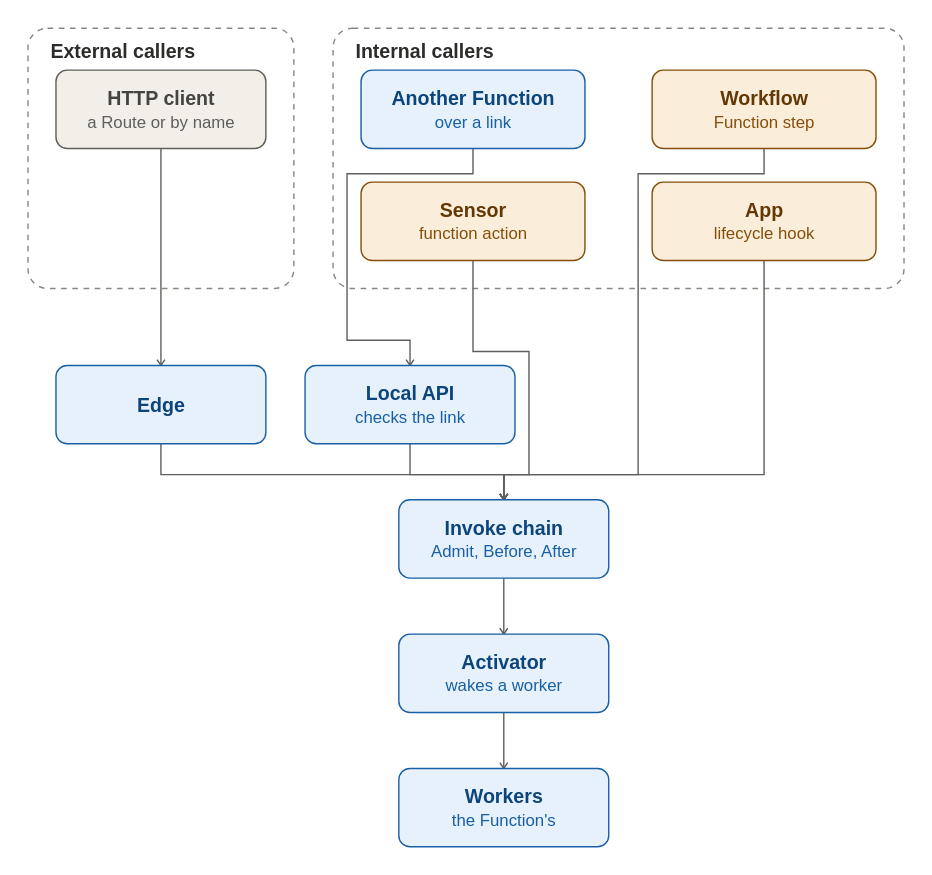
Earlier version of the draw.io export docs/guide/assets/function-callers.drawio.svg (pyvvo/funcd). Source tidied: cells renumbered, new cells last; positions are measured from the earlier drawing's top-left corner, leaving out a move shared by most shapes.
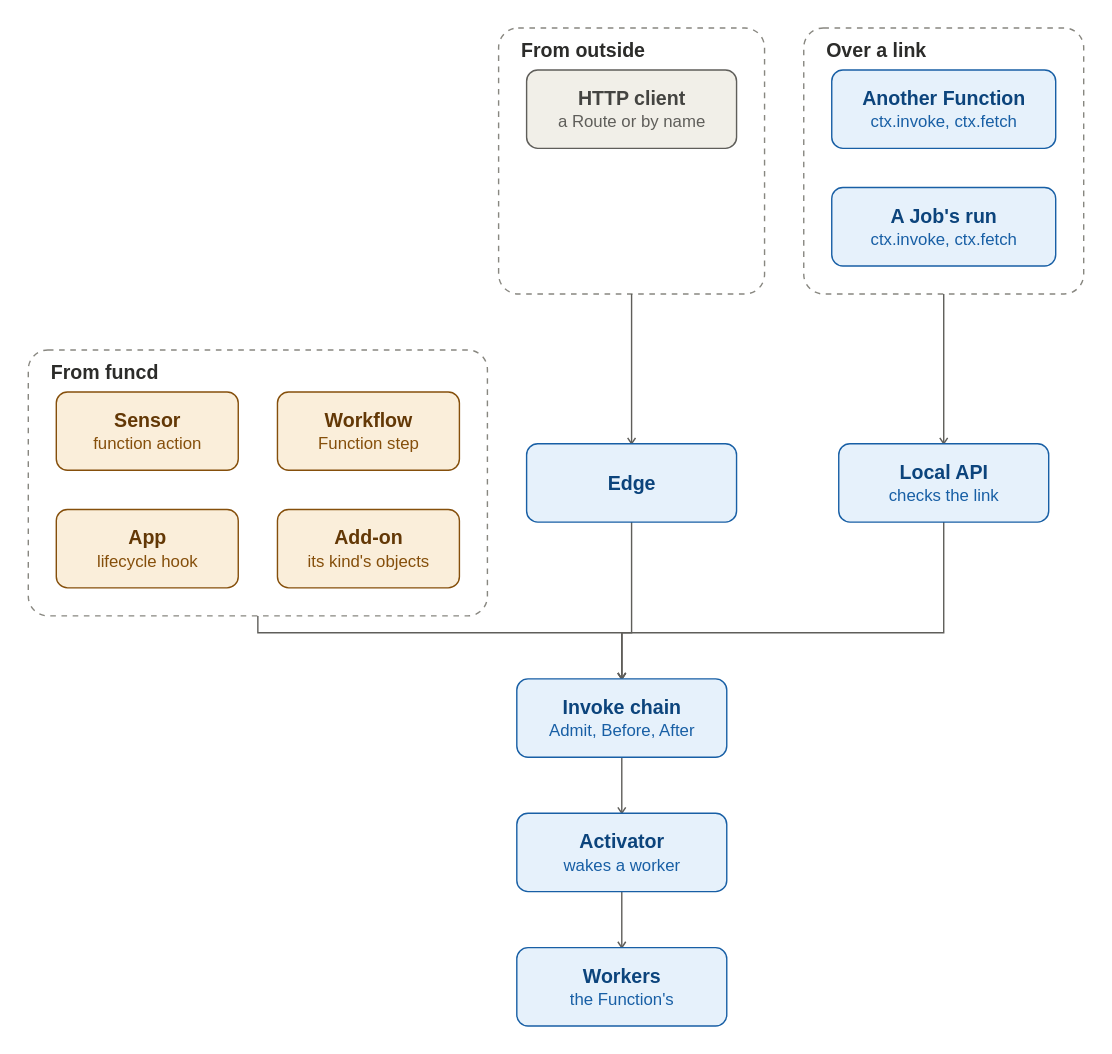
After the commit.

The edit, as a diff of the source:
```diff
@@ -2,104 +2,86 @@
   <root>
     <mxCell id="0" />
     <mxCell id="1" parent="0" />
-    <mxCell id="2" value="External callers" style="rounded=1;absoluteArcSize=1;arcSize=28;dashed=1;fillColor=none;strokeColor=#888780;fontStyle=1;fontSize=14;fontColor=#2C2C2A;align=left;verticalAlign=top;spacingLeft=10;spacingTop=2;html=1;" parent="1" vertex="1">
-      <mxGeometry width="190" height="186" as="geometry" />
+    <mxCell id="2" value="From outside" style="rounded=1;absoluteArcSize=1;arcSize=28;dashed=1;fillColor=none;strokeColor=#888780;fontStyle=1;fontSize=14;fontColor=#2C2C2A;align=left;verticalAlign=top;spacingLeft=10;spacingTop=2;html=1;" parent="1" vertex="1">
+      <mxGeometry x="336" width="190" height="190" as="geometry" />
     </mxCell>
     <mxCell id="3" value="&lt;b&gt;HTTP client&lt;/b&gt;&lt;br&gt;&lt;font style=&quot;font-size:12px&quot; color=&quot;#5F5E5A&quot;&gt;a Route or by name&lt;/font&gt;" style="rounded=1;absoluteArcSize=1;arcSize=16;whiteSpace=wrap;html=1;fillColor=#F1EFE8;strokeColor=#5F5E5A;fontColor=#444441;fontSize=14;" parent="2" vertex="1">
       <mxGeometry x="20" y="30" width="150" height="56" as="geometry" />
     </mxCell>
-    <mxCell id="4" value="Internal callers" style="rounded=1;absoluteArcSize=1;arcSize=28;dashed=1;fillColor=none;strokeColor=#888780;fontStyle=1;fontSize=14;fontColor=#2C2C2A;align=left;verticalAlign=top;spacingLeft=10;spacingTop=2;html=1;" parent="1" vertex="1">
-      <mxGeometry x="218" width="408" height="186" as="geometry" />
+    <mxCell id="4" value="Over a link" style="rounded=1;absoluteArcSize=1;arcSize=28;dashed=1;fillColor=none;strokeColor=#888780;fontStyle=1;fontSize=14;fontColor=#2C2C2A;align=left;verticalAlign=top;spacingLeft=10;spacingTop=2;html=1;" parent="1" vertex="1">
+      <mxGeometry x="554" width="200" height="190" as="geometry" />
     </mxCell>
-    <mxCell id="5" value="&lt;b&gt;Another Function&lt;/b&gt;&lt;br&gt;&lt;font style=&quot;font-size:12px&quot; color=&quot;#185FA5&quot;&gt;over a link&lt;/font&gt;" style="rounded=1;absoluteArcSize=1;arcSize=16;whiteSpace=wrap;html=1;fillColor=#E6F1FB;strokeColor=#185FA5;fontColor=#0C447C;fontSize=14;" parent="4" vertex="1">
+    <mxCell id="5" value="&lt;b&gt;Another Function&lt;/b&gt;&lt;br&gt;&lt;font style=&quot;font-size:12px&quot; color=&quot;#185FA5&quot;&gt;ctx.invoke, ctx.fetch&lt;/font&gt;" style="rounded=1;absoluteArcSize=1;arcSize=16;whiteSpace=wrap;html=1;fillColor=#E6F1FB;strokeColor=#185FA5;fontColor=#0C447C;fontSize=14;" parent="4" vertex="1">
       <mxGeometry x="20" y="30" width="160" height="56" as="geometry" />
     </mxCell>
-    <mxCell id="6" value="&lt;b&gt;Sensor&lt;/b&gt;&lt;br&gt;&lt;font style=&quot;font-size:12px&quot; color=&quot;#854F0B&quot;&gt;function action&lt;/font&gt;" style="rounded=1;absoluteArcSize=1;arcSize=16;whiteSpace=wrap;html=1;fillColor=#FAEEDA;strokeColor=#854F0B;fontColor=#633806;fontSize=14;" parent="4" vertex="1">
-      <mxGeometry x="20" y="110" width="160" height="56" as="geometry" />
+    <mxCell id="6" value="&lt;b&gt;A Job&amp;#x27;s run&lt;/b&gt;&lt;br&gt;&lt;font style=&quot;font-size:12px&quot; color=&quot;#185FA5&quot;&gt;ctx.invoke, ctx.fetch&lt;/font&gt;" style="rounded=1;absoluteArcSize=1;arcSize=16;whiteSpace=wrap;html=1;fillColor=#E6F1FB;strokeColor=#185FA5;fontColor=#0C447C;fontSize=14;" parent="4" vertex="1">
+      <mxGeometry x="20" y="114" width="160" height="56" as="geometry" />
     </mxCell>
-    <mxCell id="7" value="&lt;b&gt;Workflow&lt;/b&gt;&lt;br&gt;&lt;font style=&quot;font-size:12px&quot; color=&quot;#854F0B&quot;&gt;Function step&lt;/font&gt;" style="rounded=1;absoluteArcSize=1;arcSize=16;whiteSpace=wrap;html=1;fillColor=#FAEEDA;strokeColor=#854F0B;fontColor=#633806;fontSize=14;" parent="4" vertex="1">
-      <mxGeometry x="228" y="30" width="160" height="56" as="geometry" />
+    <mxCell id="7" value="From funcd" style="rounded=1;absoluteArcSize=1;arcSize=28;dashed=1;fillColor=none;strokeColor=#888780;fontStyle=1;fontSize=14;fontColor=#2C2C2A;align=left;verticalAlign=top;spacingLeft=10;spacingTop=2;html=1;" parent="1" vertex="1">
+      <mxGeometry y="230" width="328" height="190" as="geometry" />
     </mxCell>
-    <mxCell id="8" value="&lt;b&gt;App&lt;/b&gt;&lt;br&gt;&lt;font style=&quot;font-size:12px&quot; color=&quot;#854F0B&quot;&gt;lifecycle hook&lt;/font&gt;" style="rounded=1;absoluteArcSize=1;arcSize=16;whiteSpace=wrap;html=1;fillColor=#FAEEDA;strokeColor=#854F0B;fontColor=#633806;fontSize=14;" parent="4" vertex="1">
-      <mxGeometry x="228" y="110" width="160" height="56" as="geometry" />
+    <mxCell id="8" value="&lt;b&gt;Sensor&lt;/b&gt;&lt;br&gt;&lt;font style=&quot;font-size:12px&quot; color=&quot;#854F0B&quot;&gt;function action&lt;/font&gt;" style="rounded=1;absoluteArcSize=1;arcSize=16;whiteSpace=wrap;html=1;fillColor=#FAEEDA;strokeColor=#854F0B;fontColor=#633806;fontSize=14;" parent="7" vertex="1">
+      <mxGeometry x="20" y="30" width="130" height="56" as="geometry" />
     </mxCell>
-    <mxCell id="9" value="&lt;b&gt;Edge&lt;/b&gt;" style="rounded=1;absoluteArcSize=1;arcSize=16;whiteSpace=wrap;html=1;fillColor=#E6F1FB;strokeColor=#185FA5;fontColor=#0C447C;fontSize=14;" parent="1" vertex="1">
-      <mxGeometry x="20" y="241" width="150" height="56" as="geometry" />
+    <mxCell id="9" value="&lt;b&gt;Workflow&lt;/b&gt;&lt;br&gt;&lt;font style=&quot;font-size:12px&quot; color=&quot;#854F0B&quot;&gt;Function step&lt;/font&gt;" style="rounded=1;absoluteArcSize=1;arcSize=16;whiteSpace=wrap;html=1;fillColor=#FAEEDA;strokeColor=#854F0B;fontColor=#633806;fontSize=14;" parent="7" vertex="1">
+      <mxGeometry x="178" y="30" width="130" height="56" as="geometry" />
     </mxCell>
-    <mxCell id="10" value="&lt;b&gt;Local API&lt;/b&gt;&lt;br&gt;&lt;font style=&quot;font-size:12px&quot; color=&quot;#185FA5&quot;&gt;checks the link&lt;/font&gt;" style="rounded=1;absoluteArcSize=1;arcSize=16;whiteSpace=wrap;html=1;fillColor=#E6F1FB;strokeColor=#185FA5;fontColor=#0C447C;fontSize=14;" parent="1" vertex="1">
-      <mxGeometry x="198" y="241" width="150" height="56" as="geometry" />
+    <mxCell id="10" value="&lt;b&gt;App&lt;/b&gt;&lt;br&gt;&lt;font style=&quot;font-size:12px&quot; color=&quot;#854F0B&quot;&gt;lifecycle hook&lt;/font&gt;" style="rounded=1;absoluteArcSize=1;arcSize=16;whiteSpace=wrap;html=1;fillColor=#FAEEDA;strokeColor=#854F0B;fontColor=#633806;fontSize=14;" parent="7" vertex="1">
+      <mxGeometry x="20" y="114" width="130" height="56" as="geometry" />
     </mxCell>
-    <mxCell id="11" value="&lt;b&gt;Invoke chain&lt;/b&gt;&lt;br&gt;&lt;font style=&quot;font-size:12px&quot; color=&quot;#185FA5&quot;&gt;Admit, Before, After&lt;/font&gt;" style="rounded=1;absoluteArcSize=1;arcSize=16;whiteSpace=wrap;html=1;fillColor=#E6F1FB;strokeColor=#185FA5;fontColor=#0C447C;fontSize=14;" parent="1" vertex="1">
-      <mxGeometry x="265" y="337" width="150" height="56" as="geometry" />
+    <mxCell id="11" value="&lt;b&gt;Add-on&lt;/b&gt;&lt;br&gt;&lt;font style=&quot;font-size:12px&quot; color=&quot;#854F0B&quot;&gt;its kind&amp;#x27;s objects&lt;/font&gt;" style="rounded=1;absoluteArcSize=1;arcSize=16;whiteSpace=wrap;html=1;fillColor=#FAEEDA;strokeColor=#854F0B;fontColor=#633806;fontSize=14;" parent="7" vertex="1">
+      <mxGeometry x="178" y="114" width="130" height="56" as="geometry" />
     </mxCell>
-    <mxCell id="12" value="&lt;b&gt;Activator&lt;/b&gt;&lt;br&gt;&lt;font style=&quot;font-size:12px&quot; color=&quot;#185FA5&quot;&gt;wakes a worker&lt;/font&gt;" style="rounded=1;absoluteArcSize=1;arcSize=16;whiteSpace=wrap;html=1;fillColor=#E6F1FB;strokeColor=#185FA5;fontColor=#0C447C;fontSize=14;" parent="1" vertex="1">
-      <mxGeometry x="265" y="433" width="150" height="56" as="geometry" />
+    <mxCell id="12" value="&lt;b&gt;Edge&lt;/b&gt;" style="rounded=1;absoluteArcSize=1;arcSize=16;whiteSpace=wrap;html=1;fillColor=#E6F1FB;strokeColor=#185FA5;fontColor=#0C447C;fontSize=14;" parent="1" vertex="1">
+      <mxGeometry x="356" y="297" width="150" height="56" as="geometry" />
     </mxCell>
-    <mxCell id="13" value="&lt;b&gt;Workers&lt;/b&gt;&lt;br&gt;&lt;font style=&quot;font-size:12px&quot; color=&quot;#185FA5&quot;&gt;the Function&amp;#x27;s&lt;/font&gt;" style="rounded=1;absoluteArcSize=1;arcSize=16;whiteSpace=wrap;html=1;fillColor=#E6F1FB;strokeColor=#185FA5;fontColor=#0C447C;fontSize=14;" parent="1" vertex="1">
-      <mxGeometry x="265" y="529" width="150" height="56" as="geometry" />
+    <mxCell id="13" value="&lt;b&gt;Local API&lt;/b&gt;&lt;br&gt;&lt;font style=&quot;font-size:12px&quot; color=&quot;#185FA5&quot;&gt;checks the link&lt;/font&gt;" style="rounded=1;absoluteArcSize=1;arcSize=16;whiteSpace=wrap;html=1;fillColor=#E6F1FB;strokeColor=#185FA5;fontColor=#0C447C;fontSize=14;" parent="1" vertex="1">
+      <mxGeometry x="579" y="297" width="150" height="56" as="geometry" />
     </mxCell>
+    <mxCell id="23" value="&lt;b&gt;Invoke chain&lt;/b&gt;&lt;br&gt;&lt;font style=&quot;font-size:12px&quot; color=&quot;#185FA5&quot;&gt;Admit, Before, After&lt;/font&gt;" style="rounded=1;absoluteArcSize=1;arcSize=16;whiteSpace=wrap;html=1;fillColor=#E6F1FB;strokeColor=#185FA5;fontColor=#0C447C;fontSize=14;" parent="1" vertex="1">
+      <mxGeometry x="349" y="465" width="150" height="56" as="geometry" />
+    </mxCell>
+    <mxCell id="24" value="&lt;b&gt;Activator&lt;/b&gt;&lt;br&gt;&lt;font style=&quot;font-size:12px&quot; color=&quot;#185FA5&quot;&gt;wakes a worker&lt;/font&gt;" style="rounded=1;absoluteArcSize=1;arcSize=16;whiteSpace=wrap;html=1;fillColor=#E6F1FB;strokeColor=#185FA5;fontColor=#0C447C;fontSize=14;" parent="1" vertex="1">
+      <mxGeometry x="349" y="561" width="150" height="56" as="geometry" />
+    </mxCell>
+    <mxCell id="25" value="&lt;b&gt;Workers&lt;/b&gt;&lt;br&gt;&lt;font style=&quot;font-size:12px&quot; color=&quot;#185FA5&quot;&gt;the Function&amp;#x27;s&lt;/font&gt;" style="rounded=1;absoluteArcSize=1;arcSize=16;whiteSpace=wrap;html=1;fillColor=#E6F1FB;strokeColor=#185FA5;fontColor=#0C447C;fontSize=14;" parent="1" vertex="1">
+      <mxGeometry x="349" y="657" width="150" height="56" as="geometry" />
+    </mxCell>
-    <mxCell id="14" style="edgeStyle=orthogonalEdgeStyle;rounded=0;html=1;jettySize=auto;strokeColor=#5F5E5A;fontColor=#5F5E5A;fontSize=12;labelBackgroundColor=#FFFFFF;endSize=7;endArrow=open;endFill=0;exitX=0.5;exitY=1;exitDx=0;exitDy=0;exitPerimeter=0;entryX=0.5;entryY=0;entryDx=0;entryDy=0;entryPerimeter=0;" parent="1" edge="1" source="3" target="9">
+    <mxCell id="14" style="edgeStyle=orthogonalEdgeStyle;rounded=0;html=1;jettySize=auto;strokeColor=#5F5E5A;fontColor=#5F5E5A;fontSize=12;labelBackgroundColor=#FFFFFF;endSize=7;endArrow=open;endFill=0;exitX=0.5;exitY=1;exitDx=0;exitDy=0;exitPerimeter=0;entryX=0.5;entryY=0;entryDx=0;entryDy=0;entryPerimeter=0;" parent="1" edge="1" source="2" target="12">
       <mxGeometry relative="1" as="geometry" />
     </mxCell>
-    <mxCell id="15" style="edgeStyle=orthogonalEdgeStyle;rounded=0;html=1;jettySize=auto;strokeColor=#5F5E5A;fontColor=#5F5E5A;fontSize=12;labelBackgroundColor=#FFFFFF;endSize=7;endArrow=open;endFill=0;exitX=0.5;exitY=1;exitDx=0;exitDy=0;exitPerimeter=0;entryX=0.5;entryY=0;entryDx=0;entryDy=0;entryPerimeter=0;" parent="1" edge="1" source="9" target="11">
-      <mxGeometry relative="1" as="geometry">
-        <Array as="points">
-          <mxPoint x="95" y="319" />
-          <mxPoint x="340" y="319" />
-        </Array>
-      </mxGeometry>
+    <mxCell id="15" style="edgeStyle=orthogonalEdgeStyle;rounded=0;html=1;jettySize=auto;strokeColor=#5F5E5A;fontColor=#5F5E5A;fontSize=12;labelBackgroundColor=#FFFFFF;endSize=7;endArrow=open;endFill=0;exitX=0.5;exitY=1;exitDx=0;exitDy=0;exitPerimeter=0;entryX=0.5;entryY=0;entryDx=0;entryDy=0;entryPerimeter=0;" parent="1" edge="1" source="4" target="13">
+      <mxGeometry relative="1" as="geometry" />
     </mxCell>
-    <mxCell id="16" style="edgeStyle=orthogonalEdgeStyle;rounded=0;html=1;jettySize=auto;strokeColor=#5F5E5A;fontColor=#5F5E5A;fontSize=12;labelBackgroundColor=#FFFFFF;endSize=7;endArrow=open;endFill=0;exitX=0.5;exitY=1;exitDx=0;exitDy=0;exitPerimeter=0;entryX=0.5;entryY=0;entryDx=0;entryDy=0;entryPerimeter=0;" parent="1" edge="1" source="5" target="10">
+    <mxCell id="16" style="edgeStyle=orthogonalEdgeStyle;rounded=0;html=1;jettySize=auto;strokeColor=#5F5E5A;fontColor=#5F5E5A;fontSize=12;labelBackgroundColor=#FFFFFF;endSize=7;endArrow=open;endFill=0;exitX=0.5;exitY=1;exitDx=0;exitDy=0;exitPerimeter=0;entryX=0.5;entryY=0;entryDx=0;entryDy=0;entryPerimeter=0;" parent="1" edge="1" source="12" target="23">
       <mxGeometry relative="1" as="geometry">
         <Array as="points">
-          <mxPoint x="318" y="104" />
-          <mxPoint x="228" y="104" />
-          <mxPoint x="228" y="223" />
-          <mxPoint x="273" y="223" />
+          <mxPoint x="431" y="432" />
+          <mxPoint x="424" y="432" />
         </Array>
       </mxGeometry>
     </mxCell>
-    <mxCell id="17" style="edgeStyle=orthogonalEdgeStyle;rounded=0;html=1;jettySize=auto;strokeColor=#5F5E5A;fontColor=#5F5E5A;fontSize=12;labelBackgroundColor=#FFFFFF;endSize=7;endArrow=open;endFill=0;exitX=0.5;exitY=1;exitDx=0;exitDy=0;exitPerimeter=0;entryX=0.5;entryY=0;entryDx=0;entryDy=0;entryPerimeter=0;" parent="1" edge="1" source="10" target="11">
+    <mxCell id="17" style="edgeStyle=orthogonalEdgeStyle;rounded=0;html=1;jettySize=auto;strokeColor=#5F5E5A;fontColor=#5F5E5A;fontSize=12;labelBackgroundColor=#FFFFFF;endSize=7;endArrow=open;endFill=0;exitX=0.5;exitY=1;exitDx=0;exitDy=0;exitPerimeter=0;entryX=0.5;entryY=0;entryDx=0;entryDy=0;entryPerimeter=0;" parent="1" edge="1" source="13" target="23">
       <mxGeometry relative="1" as="geometry">
         <Array as="points">
-          <mxPoint x="273" y="319" />
-          <mxPoint x="340" y="319" />
+          <mxPoint x="654" y="432" />
+          <mxPoint x="424" y="432" />
         </Array>
       </mxGeometry>
     </mxCell>
-    <mxCell id="18" style="edgeStyle=orthogonalEdgeStyle;rounded=0;html=1;jettySize=auto;strokeColor=#5F5E5A;fontColor=#5F5E5A;fontSize=12;labelBackgroundColor=#FFFFFF;endSize=7;endArrow=open;endFill=0;exitX=0.5;exitY=1;exitDx=0;exitDy=0;exitPerimeter=0;entryX=0.5;entryY=0;entryDx=0;entryDy=0;entryPerimeter=0;" parent="1" edge="1" source="6" target="11">
+    <mxCell id="18" style="edgeStyle=orthogonalEdgeStyle;rounded=0;html=1;jettySize=auto;strokeColor=#5F5E5A;fontColor=#5F5E5A;fontSize=12;labelBackgroundColor=#FFFFFF;endSize=7;endArrow=open;endFill=0;exitX=0.5;exitY=1;exitDx=0;exitDy=0;exitPerimeter=0;entryX=0.5;entryY=0;entryDx=0;entryDy=0;entryPerimeter=0;" parent="1" edge="1" source="7" target="23">
       <mxGeometry relative="1" as="geometry">
         <Array as="points">
-          <mxPoint x="318" y="231" />
-          <mxPoint x="358" y="231" />
-          <mxPoint x="358" y="319" />
-          <mxPoint x="340" y="319" />
+          <mxPoint x="164" y="432" />
+          <mxPoint x="424" y="432" />
         </Array>
       </mxGeometry>
     </mxCell>
-    <mxCell id="19" style="edgeStyle=orthogonalEdgeStyle;rounded=0;html=1;jettySize=auto;strokeColor=#5F5E5A;fontColor=#5F5E5A;fontSize=12;labelBackgroundColor=#FFFFFF;endSize=7;endArrow=open;endFill=0;exitX=0.5;exitY=1;exitDx=0;exitDy=0;exitPerimeter=0;entryX=0.5;entryY=0;entryDx=0;entryDy=0;entryPerimeter=0;" parent="1" edge="1" source="7" target="11">
-      <mxGeometry relative="1" as="geometry">
-        <Array as="points">
-          <mxPoint x="526" y="104" />
-          <mxPoint x="436" y="104" />
-          <mxPoint x="436" y="319" />
-          <mxPoint x="340" y="319" />
-        </Array>
-      </mxGeometry>
+    <mxCell id="19" style="edgeStyle=orthogonalEdgeStyle;rounded=0;html=1;jettySize=auto;strokeColor=#5F5E5A;fontColor=#5F5E5A;fontSize=12;labelBackgroundColor=#FFFFFF;endSize=7;endArrow=open;endFill=0;exitX=0.5;exitY=1;exitDx=0;exitDy=0;exitPerimeter=0;entryX=0.5;entryY=0;entryDx=0;entryDy=0;entryPerimeter=0;" parent="1" edge="1" source="23" target="24">
+      <mxGeometry relative="1" as="geometry" />
     </mxCell>
-    <mxCell id="20" style="edgeStyle=orthogonalEdgeStyle;rounded=0;html=1;jettySize=auto;strokeColor=#5F5E5A;fontColor=#5F5E5A;fontSize=12;labelBackgroundColor=#FFFFFF;endSize=7;endArrow=open;endFill=0;exitX=0.5;exitY=1;exitDx=0;exitDy=0;exitPerimeter=0;entryX=0.5;entryY=0;entryDx=0;entryDy=0;entryPerimeter=0;" parent="1" edge="1" source="8" target="11">
-      <mxGeometry relative="1" as="geometry">
-        <Array as="points">
-          <mxPoint x="526" y="319" />
-          <mxPoint x="340" y="319" />
-        </Array>
-      </mxGeometry>
+    <mxCell id="20" style="edgeStyle=orthogonalEdgeStyle;rounded=0;html=1;jettySize=auto;strokeColor=#5F5E5A;fontColor=#5F5E5A;fontSize=12;labelBackgroundColor=#FFFFFF;endSize=7;endArrow=open;endFill=0;exitX=0.5;exitY=1;exitDx=0;exitDy=0;exitPerimeter=0;entryX=0.5;entryY=0;entryDx=0;entryDy=0;entryPerimeter=0;" parent="1" edge="1" source="24" target="25">
+      <mxGeometry relative="1" as="geometry" />
     </mxCell>
-    <mxCell id="21" style="edgeStyle=orthogonalEdgeStyle;rounded=0;html=1;jettySize=auto;strokeColor=#5F5E5A;fontColor=#5F5E5A;fontSize=12;labelBackgroundColor=#FFFFFF;endSize=7;endArrow=open;endFill=0;exitX=0.5;exitY=1;exitDx=0;exitDy=0;exitPerimeter=0;entryX=0.5;entryY=0;entryDx=0;entryDy=0;entryPerimeter=0;" parent="1" edge="1" source="11" target="12">
-      <mxGeometry relative="1" as="geometry" />
-    </mxCell>
-    <mxCell id="22" style="edgeStyle=orthogonalEdgeStyle;rounded=0;html=1;jettySize=auto;strokeColor=#5F5E5A;fontColor=#5F5E5A;fontSize=12;labelBackgroundColor=#FFFFFF;endSize=7;endArrow=open;endFill=0;exitX=0.5;exitY=1;exitDx=0;exitDy=0;exitPerimeter=0;entryX=0.5;entryY=0;entryDx=0;entryDy=0;entryPerimeter=0;" parent="1" edge="1" source="12" target="13">
-      <mxGeometry relative="1" as="geometry" />
-    </mxCell>
   </root>
 </mxGraphModel>
```
